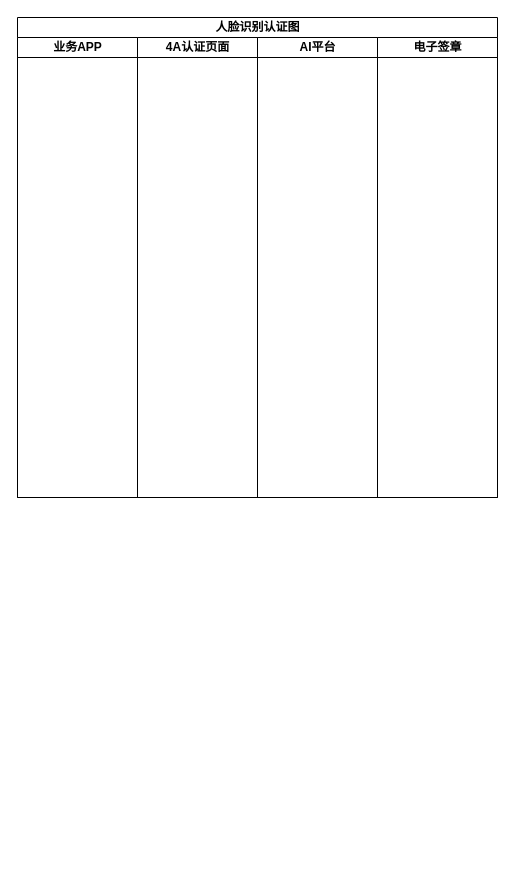
158698706/tt4a keeps this draw.io diagram as 系统功能流程图/人脸识别认证图.drawio. Above is the earlier version. Source tidied: cells renumbered, new cells numbered last; positions are measured from the earlier drawing's top-left corner, leaving out a move shared by most shapes. Both pictures are drawn from the tidied source at 100%, with x=0, y=0 at pixel (17, 17).
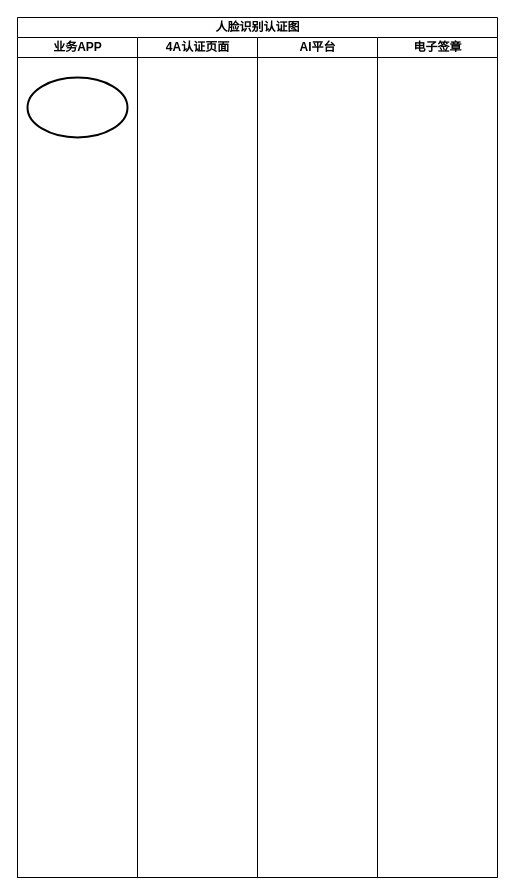
The same diagram, later.

Commit message (it also covers changes not shown here):
更新人脸识别认证图.drawio

The edit, as a diff of the source:
```diff
@@
 <mxGraphModel>
   <root>
     <mxCell id="0" />
     <mxCell id="1" parent="0" />
     <mxCell id="2" value="人脸识别认证图" style="swimlane;startSize=20;html=1;" parent="1" vertex="1">
-      <mxGeometry width="480" height="480" as="geometry" />
+      <mxGeometry width="480" height="860" as="geometry" />
     </mxCell>
     <mxCell id="3" value="业务APP" style="swimlane;startSize=20;html=1;" parent="2" vertex="1">
-      <mxGeometry y="20" width="120" height="460" as="geometry" />
+      <mxGeometry y="20" width="120" height="840" as="geometry" />
     </mxCell>
+    <mxCell id="7" style="strokeWidth=2;html=1;shape=mxgraph.flowchart.start_1;whiteSpace=wrap;" parent="3" vertex="1">
+      <mxGeometry x="10" y="40" width="100" height="60" as="geometry" />
+    </mxCell>
     <mxCell id="4" value="4A认证页面" style="swimlane;startSize=20;html=1;" parent="2" vertex="1">
-      <mxGeometry x="120" y="20" width="120" height="460" as="geometry" />
+      <mxGeometry x="120" y="20" width="120" height="840" as="geometry" />
     </mxCell>
     <mxCell id="5" value="AI平台" style="swimlane;startSize=20;html=1;" parent="2" vertex="1">
-      <mxGeometry x="240" y="20" width="120" height="460" as="geometry" />
+      <mxGeometry x="240" y="20" width="120" height="840" as="geometry" />
     </mxCell>
     <mxCell id="6" value="电子签章" style="swimlane;startSize=20;html=1;" parent="2" vertex="1">
-      <mxGeometry x="360" y="20" width="120" height="460" as="geometry" />
+      <mxGeometry x="360" y="20" width="120" height="840" as="geometry" />
     </mxCell>
   </root>
 </mxGraphModel>
```
